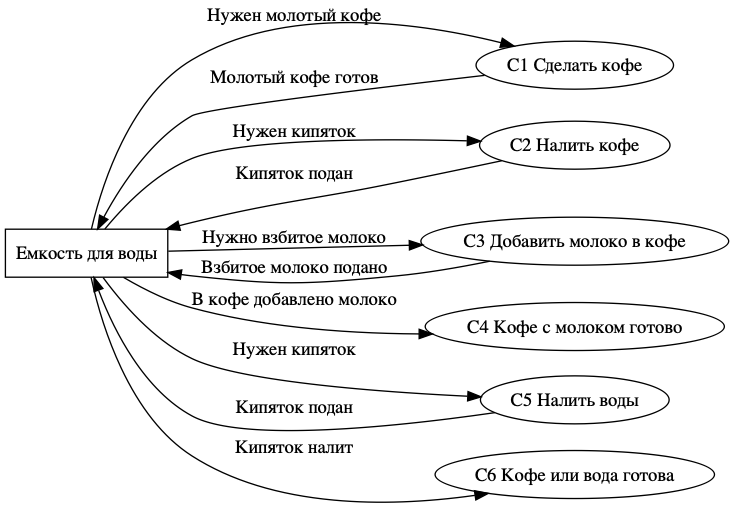
bmstu-ics7/object-oriented-programming keeps this Graphviz diagram as lab_05/ДПДД.png. Above is the earlier version. Its source is kept beside it as lab_05/ДПДД.gv. The source it was exported from:
```dot
digraph {
    rankdir = LR

    coffe [shape=box, label="Емкость для воды"]
    first [label="C1 Сделать кофе"]
    second [label="C2 Налить кофе"]
    third [label="C3 Добавить молоко в кофе"]
    fourth [label="C4 Кофе с молоком готово"]
    fivth [label="C5 Налить воды"]
    sixth [label="C6 Кофе или вода готова"]

    coffe -> first [label="Нужен молотый кофе"]
    first -> coffe [label="Молотый кофе готов"]
    coffe -> second [label="Нужен кипяток"]
    second -> coffe [label="Кипяток подан"]
    coffe -> third [label="Нужно взбитое молоко"]
    third -> coffe [label="Взбитое молоко подано"]
    coffe -> fourth [label="В кофе добавлено молоко"]
    coffe -> fivth [label="Нужен кипяток"]
    fivth -> coffe [label="Кипяток подан"]
    coffe -> sixth [label="Кипяток налит"]
}
```
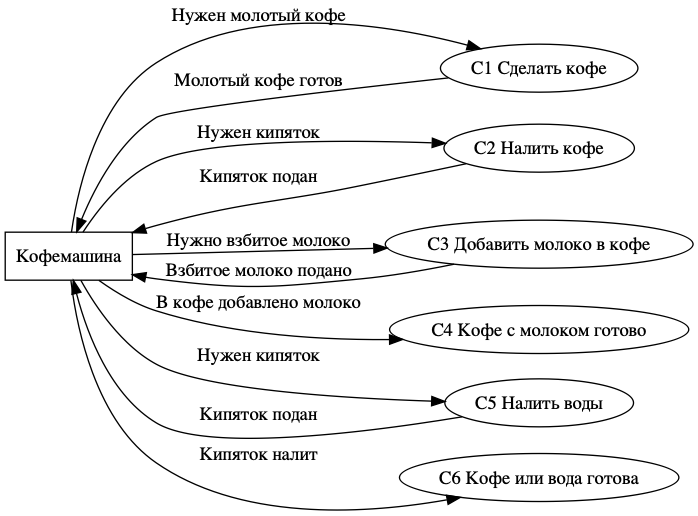
The same diagram one commit later.

Diff of the diagram source:
```diff
@@ -1,7 +1,7 @@
 digraph {
     rankdir = LR
 
-    coffe [shape=box, label="Емкость для воды"]
+    coffe [shape=box, label="Кофемашина"]
     first [label="C1 Сделать кофе"]
     second [label="C2 Налить кофе"]
     third [label="C3 Добавить молоко в кофе"]
```
